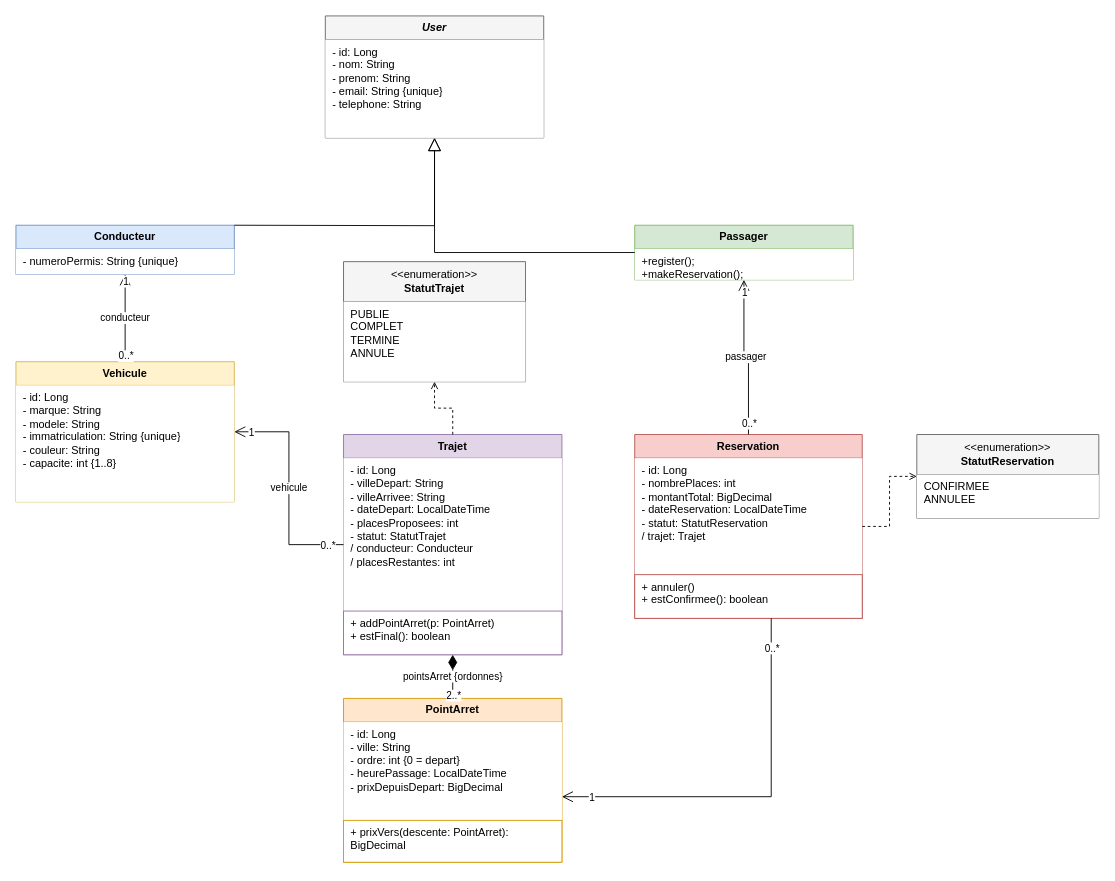
Before: page "1 - Diagramme de classes" (1 of 3) of Diagrammes_Covoiturage.drawio in ELMAKHTARLAARIF/covoiturage, a draw.io diagram. Source tidied: cells renumbered, new cells numbered last; positions are measured from the earlier drawing's top-left corner, leaving out a move shared by most shapes. Both pictures are drawn from the tidied source at 91%, with x=0, y=0 at pixel (15, 15).
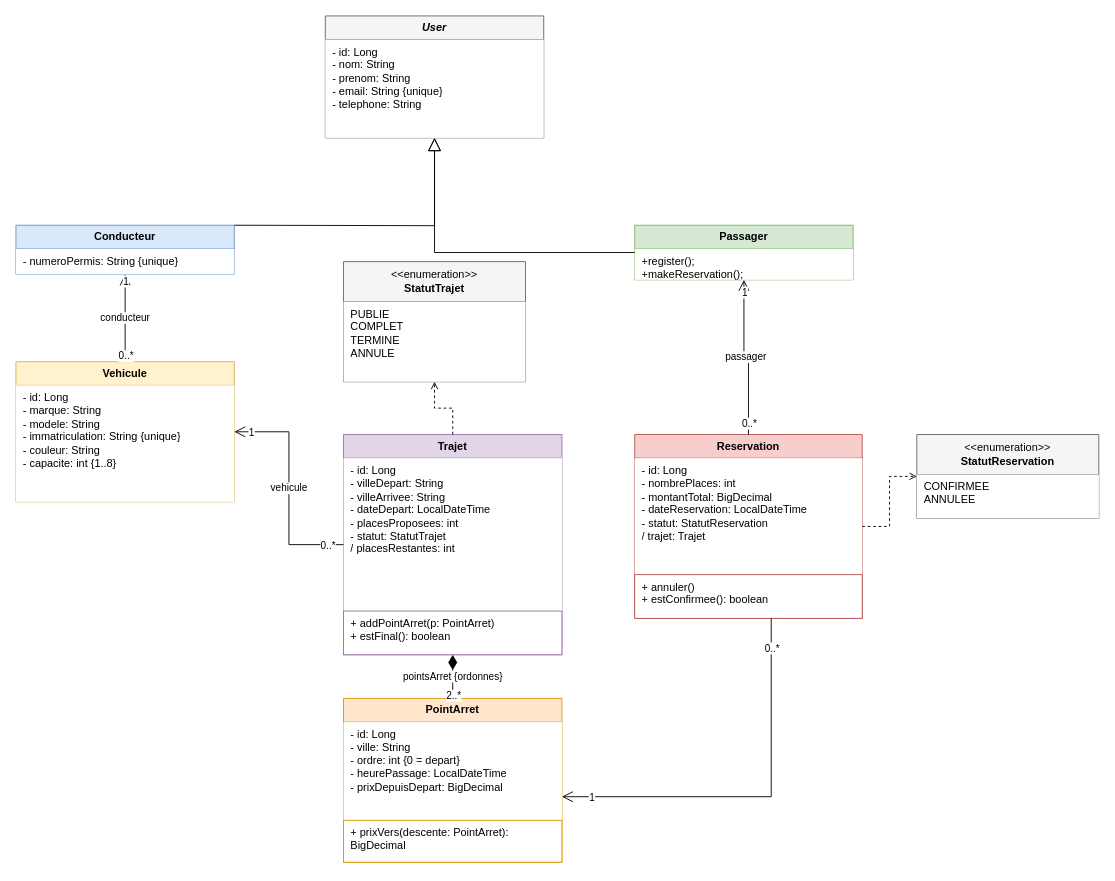
After the change.

Unchanged cells that the change refers to:
```xml
<mxCell id="10" value="&lt;b&gt;Trajet&lt;/b&gt;" style="swimlane;fontStyle=0;horizontal=1;startSize=26;resize=0;html=1;align=center;whiteSpace=wrap;fillColor=#e1d5e7;strokeColor=#9673a6;" parent="1" vertex="1">
  <mxGeometry x="360" y="460" width="240" height="242" as="geometry" />
</mxCell>
```

Diff of the diagram source:
```diff
@@
-    <mxCell id="11" value="- id: Long&lt;br&gt;- villeDepart: String&lt;br&gt;- villeArrivee: String&lt;br&gt;- dateDepart: LocalDateTime&lt;br&gt;- placesProposees: int&lt;br&gt;- statut: StatutTrajet&lt;br&gt;/ conducteur: Conducteur&lt;br&gt;/ placesRestantes: int" style="text;strokeColor=none;fillColor=#ffffff;align=left;verticalAlign=top;spacingLeft=6;overflow=hidden;html=1;whiteSpace=wrap;" parent="10" vertex="1">
+    <mxCell id="11" value="- id: Long&lt;br&gt;- villeDepart: String&lt;br&gt;- villeArrivee: String&lt;br&gt;- dateDepart: LocalDateTime&lt;br&gt;- placesProposees: int&lt;br&gt;- statut: StatutTrajet&lt;br&gt;/ placesRestantes: int" style="text;strokeColor=none;fillColor=#ffffff;align=left;verticalAlign=top;spacingLeft=6;overflow=hidden;html=1;whiteSpace=wrap;" parent="10" vertex="1">
       <mxGeometry y="26" width="240" height="168" as="geometry" />
     </mxCell>
```
